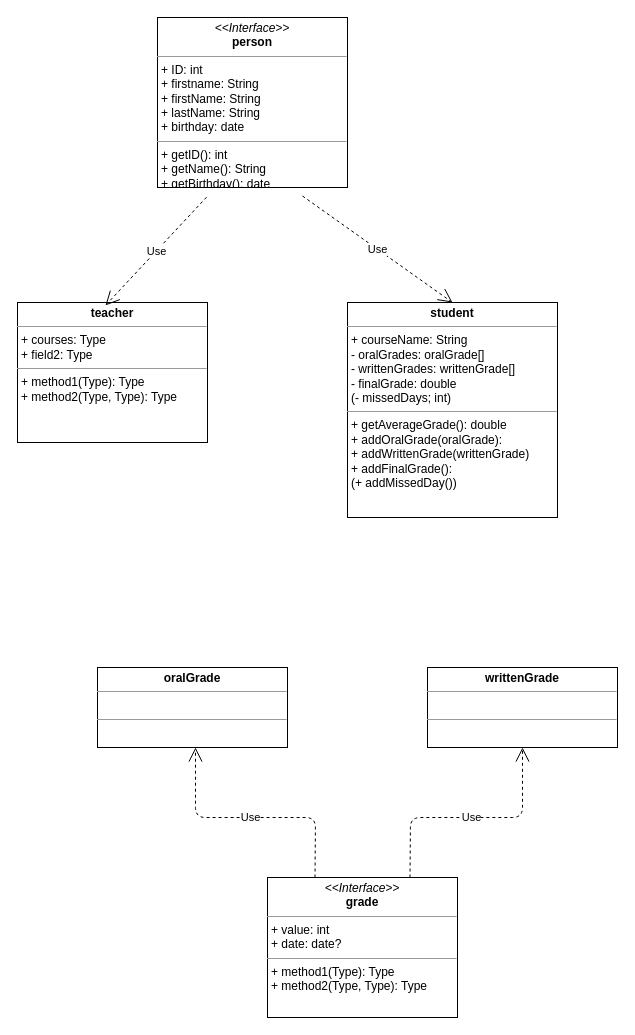
Before: Untitled Diagram.drawio in lorenzo381/ATdIT-Gruppe_3, a draw.io diagram. Source tidied: cells renumbered, new cells numbered last; positions are measured from the earlier drawing's top-left corner, leaving out a move shared by most shapes. Both pictures are drawn from the tidied source at 100%, with x=0, y=0 at pixel (17, 17).
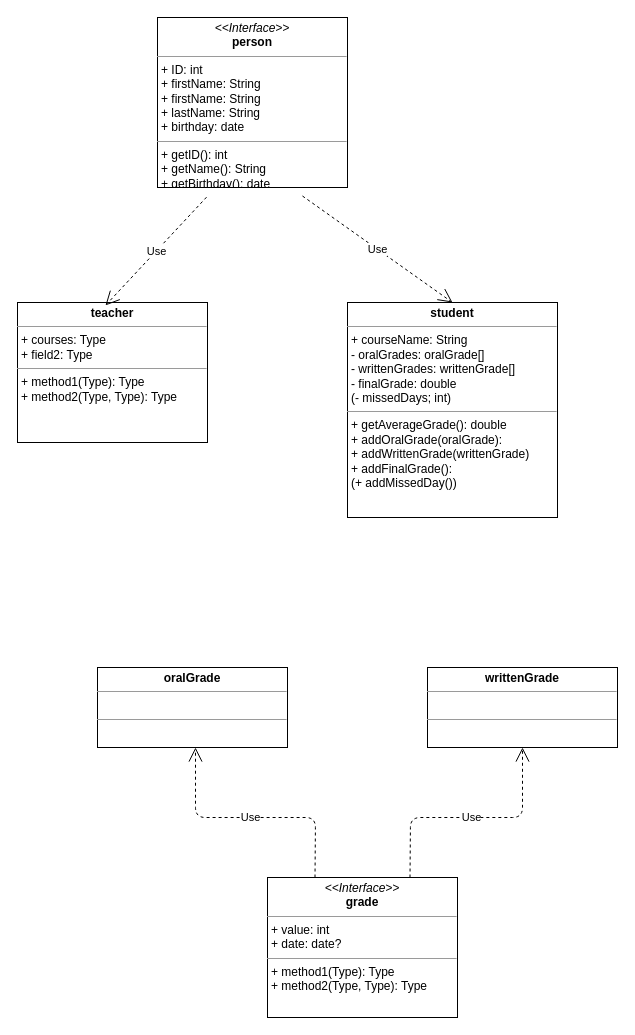
Above is the later version.

Commit message (it also covers changes not shown here):
name changes from first/lastname to first/lastName

What changed in the source:
```diff
@@
 <mxGraphModel background="#ffffff">
   <root>
     <mxCell id="0" />
     <mxCell id="1" parent="0" />
     <mxCell id="2" value="&lt;p style=&quot;margin: 0px ; margin-top: 4px ; text-align: center&quot;&gt;&lt;b&gt;writtenGrade&lt;/b&gt;&lt;/p&gt;&lt;hr size=&quot;1&quot;&gt;&lt;p style=&quot;margin: 0px ; margin-left: 4px&quot;&gt;&lt;br&gt;&lt;/p&gt;&lt;hr size=&quot;1&quot;&gt;&lt;p style=&quot;margin: 0px ; margin-left: 4px&quot;&gt;&lt;br&gt;&lt;/p&gt;" style="verticalAlign=top;align=left;overflow=fill;fontSize=12;fontFamily=Helvetica;html=1;rounded=0;shadow=0;comic=0;labelBackgroundColor=none;strokeWidth=1;" parent="1" vertex="1">
       <mxGeometry x="410" y="650" width="190" height="80" as="geometry" />
     </mxCell>
     <mxCell id="3" value="&lt;p style=&quot;margin: 0px ; margin-top: 4px ; text-align: center&quot;&gt;&lt;i&gt;&amp;lt;&amp;lt;Interface&amp;gt;&amp;gt;&lt;/i&gt;&lt;br&gt;&lt;b&gt;grade&lt;/b&gt;&lt;/p&gt;&lt;hr size=&quot;1&quot;&gt;&lt;p style=&quot;margin: 0px ; margin-left: 4px&quot;&gt;+ value: int&lt;br&gt;+ date: date?&lt;/p&gt;&lt;hr size=&quot;1&quot;&gt;&lt;p style=&quot;margin: 0px ; margin-left: 4px&quot;&gt;+ method1(Type): Type&lt;br&gt;+ method2(Type, Type): Type&lt;/p&gt;" style="verticalAlign=top;align=left;overflow=fill;fontSize=12;fontFamily=Helvetica;html=1;rounded=0;shadow=0;comic=0;labelBackgroundColor=none;strokeWidth=1;" parent="1" vertex="1">
       <mxGeometry x="250" y="860" width="190" height="140" as="geometry" />
     </mxCell>
-    <mxCell id="4" value="&lt;p style=&quot;margin: 0px ; margin-top: 4px ; text-align: center&quot;&gt;&lt;i&gt;&amp;lt;&amp;lt;Interface&amp;gt;&amp;gt;&lt;/i&gt;&lt;br&gt;&lt;b&gt;person&lt;/b&gt;&lt;/p&gt;&lt;hr size=&quot;1&quot;&gt;&lt;p style=&quot;margin: 0px ; margin-left: 4px&quot;&gt;+ ID: int&lt;br&gt;+ firstname: String&lt;/p&gt;&lt;p style=&quot;margin: 0px ; margin-left: 4px&quot;&gt;+ firstName: String&lt;/p&gt;&lt;p style=&quot;margin: 0px ; margin-left: 4px&quot;&gt;+ lastName: String&lt;br&gt;&lt;/p&gt;&lt;p style=&quot;margin: 0px ; margin-left: 4px&quot;&gt;+ birthday: date&lt;/p&gt;&lt;hr size=&quot;1&quot;&gt;&lt;p style=&quot;margin: 0px ; margin-left: 4px&quot;&gt;+ getID(): int&lt;br&gt;+ getName(): String&lt;/p&gt;&lt;p style=&quot;margin: 0px ; margin-left: 4px&quot;&gt;+ getBirthday(): date&lt;/p&gt;" style="verticalAlign=top;align=left;overflow=fill;fontSize=12;fontFamily=Helvetica;html=1;rounded=0;shadow=0;comic=0;labelBackgroundColor=none;strokeWidth=1;" parent="1" vertex="1">
+    <mxCell id="4" value="&lt;p style=&quot;margin: 0px ; margin-top: 4px ; text-align: center&quot;&gt;&lt;i&gt;&amp;lt;&amp;lt;Interface&amp;gt;&amp;gt;&lt;/i&gt;&lt;br&gt;&lt;b&gt;person&lt;/b&gt;&lt;/p&gt;&lt;hr size=&quot;1&quot;&gt;&lt;p style=&quot;margin: 0px ; margin-left: 4px&quot;&gt;+ ID: int&lt;br&gt;+ firstName: String&lt;/p&gt;&lt;p style=&quot;margin: 0px ; margin-left: 4px&quot;&gt;+ firstName: String&lt;/p&gt;&lt;p style=&quot;margin: 0px ; margin-left: 4px&quot;&gt;+ lastName: String&lt;br&gt;&lt;/p&gt;&lt;p style=&quot;margin: 0px ; margin-left: 4px&quot;&gt;+ birthday: date&lt;/p&gt;&lt;hr size=&quot;1&quot;&gt;&lt;p style=&quot;margin: 0px ; margin-left: 4px&quot;&gt;+ getID(): int&lt;br&gt;+ getName(): String&lt;/p&gt;&lt;p style=&quot;margin: 0px ; margin-left: 4px&quot;&gt;+ getBirthday(): date&lt;/p&gt;" style="verticalAlign=top;align=left;overflow=fill;fontSize=12;fontFamily=Helvetica;html=1;rounded=0;shadow=0;comic=0;labelBackgroundColor=none;strokeWidth=1;" parent="1" vertex="1">
       <mxGeometry x="140" width="190" height="170" as="geometry" />
     </mxCell>
     <mxCell id="5" value="&lt;p style=&quot;margin: 0px ; margin-top: 4px ; text-align: center&quot;&gt;&lt;b&gt;teacher&lt;/b&gt;&lt;/p&gt;&lt;hr size=&quot;1&quot;&gt;&lt;p style=&quot;margin: 0px ; margin-left: 4px&quot;&gt;+ courses: Type&lt;br&gt;+ field2: Type&lt;/p&gt;&lt;hr size=&quot;1&quot;&gt;&lt;p style=&quot;margin: 0px ; margin-left: 4px&quot;&gt;+ method1(Type): Type&lt;br&gt;+ method2(Type, Type): Type&lt;/p&gt;" style="verticalAlign=top;align=left;overflow=fill;fontSize=12;fontFamily=Helvetica;html=1;rounded=0;shadow=0;comic=0;labelBackgroundColor=none;strokeWidth=1;" parent="1" vertex="1">
       <mxGeometry y="285" width="190" height="140" as="geometry" />
     </mxCell>
     <mxCell id="6" value="&lt;p style=&quot;margin: 0px ; margin-top: 4px ; text-align: center&quot;&gt;&lt;b&gt;student&lt;/b&gt;&lt;/p&gt;&lt;hr size=&quot;1&quot;&gt;&lt;p style=&quot;margin: 0px ; margin-left: 4px&quot;&gt;+ courseName: String&lt;br&gt;&lt;/p&gt;&lt;p style=&quot;margin: 0px ; margin-left: 4px&quot;&gt;- oralGrades: oralGrade[]&lt;/p&gt;&lt;p style=&quot;margin: 0px ; margin-left: 4px&quot;&gt;- writtenGrades: writtenGrade[]&lt;/p&gt;&lt;p style=&quot;margin: 0px ; margin-left: 4px&quot;&gt;- finalGrade: double&lt;/p&gt;&lt;p style=&quot;margin: 0px ; margin-left: 4px&quot;&gt;(- missedDays; int)&lt;/p&gt;&lt;hr size=&quot;1&quot;&gt;&lt;p style=&quot;margin: 0px ; margin-left: 4px&quot;&gt;+ getAverageGrade(): double&lt;br&gt;&lt;/p&gt;&lt;p style=&quot;margin: 0px ; margin-left: 4px&quot;&gt;+ addOralGrade(oralGrade):&lt;/p&gt;&lt;p style=&quot;margin: 0px ; margin-left: 4px&quot;&gt;+ addWrittenGrade(writtenGrade)&lt;/p&gt;&lt;p style=&quot;margin: 0px ; margin-left: 4px&quot;&gt;+ addFinalGrade():&lt;/p&gt;&lt;p style=&quot;margin: 0px ; margin-left: 4px&quot;&gt;(+ addMissedDay())&lt;/p&gt;" style="verticalAlign=top;align=left;overflow=fill;fontSize=12;fontFamily=Helvetica;html=1;rounded=0;shadow=0;comic=0;labelBackgroundColor=none;strokeWidth=1;" parent="1" vertex="1">
       <mxGeometry x="330" y="285" width="210" height="215" as="geometry" />
     </mxCell>
     <mxCell id="7" value="Use" style="endArrow=open;endSize=12;dashed=1;html=1;exitX=0.763;exitY=1.05;exitDx=0;exitDy=0;exitPerimeter=0;entryX=0.5;entryY=0;entryDx=0;entryDy=0;" parent="1" edge="1" source="4" target="6">
       <mxGeometry relative="1" as="geometry" />
     </mxCell>
     <mxCell id="8" value="Use" style="endArrow=open;endSize=12;dashed=1;html=1;exitX=0.258;exitY=1.057;exitDx=0;exitDy=0;exitPerimeter=0;entryX=0.463;entryY=0.021;entryDx=0;entryDy=0;entryPerimeter=0;" parent="1" edge="1" source="4" target="5">
       <mxGeometry relative="1" as="geometry" />
     </mxCell>
     <mxCell id="9" value="&lt;p style=&quot;margin: 0px ; margin-top: 4px ; text-align: center&quot;&gt;&lt;b&gt;oralGrade&lt;/b&gt;&lt;/p&gt;&lt;hr size=&quot;1&quot;&gt;&lt;p style=&quot;margin: 0px ; margin-left: 4px&quot;&gt;&lt;br&gt;&lt;/p&gt;&lt;hr size=&quot;1&quot;&gt;&lt;p style=&quot;margin: 0px ; margin-left: 4px&quot;&gt;&lt;br&gt;&lt;/p&gt;" style="verticalAlign=top;align=left;overflow=fill;fontSize=12;fontFamily=Helvetica;html=1;rounded=0;shadow=0;comic=0;labelBackgroundColor=none;strokeWidth=1;" parent="1" vertex="1">
       <mxGeometry x="80" y="650" width="190" height="80" as="geometry" />
     </mxCell>
     <mxCell id="10" style="edgeStyle=orthogonalEdgeStyle;rounded=0;orthogonalLoop=1;jettySize=auto;html=1;exitX=0.5;exitY=1;exitDx=0;exitDy=0;" parent="1" edge="1" source="9" target="9">
       <mxGeometry relative="1" as="geometry" />
     </mxCell>
     <mxCell id="11" value="Use" style="endArrow=open;endSize=12;dashed=1;html=1;exitX=0.75;exitY=0;exitDx=0;exitDy=0;entryX=0.5;entryY=1;entryDx=0;entryDy=0;" parent="1" edge="1" source="3" target="2">
       <mxGeometry relative="1" as="geometry">
         <Array as="points">
           <mxPoint x="393" y="800" />
           <mxPoint x="505" y="800" />
         </Array>
       </mxGeometry>
     </mxCell>
     <mxCell id="12" value="Use" style="endArrow=open;endSize=12;dashed=1;html=1;exitX=0.25;exitY=0;exitDx=0;exitDy=0;" parent="1" edge="1" source="3">
       <mxGeometry relative="1" as="geometry">
         <mxPoint x="178" y="730" as="targetPoint" />
         <Array as="points">
           <mxPoint x="298" y="800" />
           <mxPoint x="178" y="800" />
         </Array>
       </mxGeometry>
     </mxCell>
   </root>
 </mxGraphModel>
```
